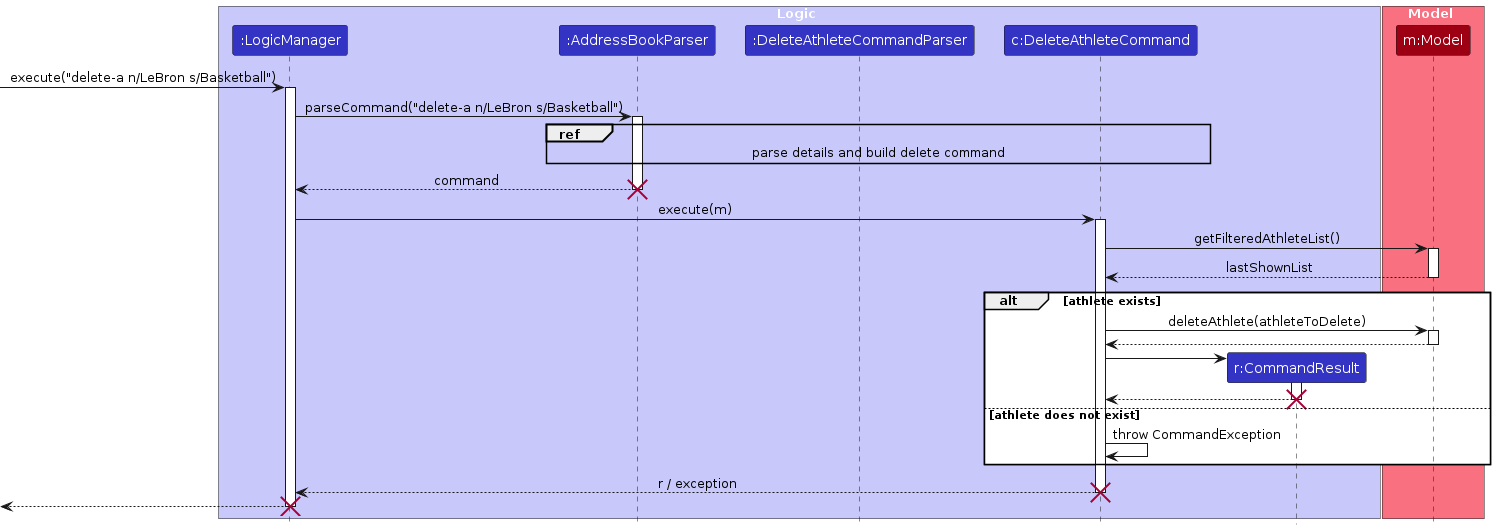
The PlantUML diagram diagrams/AlternateDeleteAthleteSD.png in AY2526S1-CS2103T-F13-3/tp, before a commit. Its source is kept beside it as diagrams/AlternateDeleteAthleteSD.puml. The source it was exported from:
```plantuml
@startuml
!include style.puml
skinparam ArrowFontStyle plain

box Logic LOGIC_COLOR_T1
participant ":LogicManager" as LogicManager LOGIC_COLOR
participant ":AddressBookParser" as AddressBookParser LOGIC_COLOR
participant ":DeleteAthleteCommandParser" as DeleteAthleteCommandParser LOGIC_COLOR
participant "c:DeleteAthleteCommand" as DeleteAthleteCommand LOGIC_COLOR
participant "r:CommandResult" as CommandResult LOGIC_COLOR
end box

box Model MODEL_COLOR_T1
participant "m:Model" as Model MODEL_COLOR
end box

[-> LogicManager : execute("delete-a n/LeBron s/Basketball")
activate LogicManager

LogicManager -> AddressBookParser : parseCommand("delete-a n/LeBron s/Basketball")
activate AddressBookParser

ref over AddressBookParser, DeleteAthleteCommandParser, DeleteAthleteCommand
  parse details and build delete command
end ref

AddressBookParser --> LogicManager : command
deactivate AddressBookParser
destroy AddressBookParser

LogicManager -> DeleteAthleteCommand : execute(m)
activate DeleteAthleteCommand

DeleteAthleteCommand -> Model : getFilteredAthleteList()
activate Model
Model --> DeleteAthleteCommand : lastShownList
deactivate Model

alt athlete exists
    DeleteAthleteCommand -> Model : deleteAthlete(athleteToDelete)
    activate Model
    Model --> DeleteAthleteCommand
    deactivate Model

    create CommandResult
    DeleteAthleteCommand -> CommandResult
    activate CommandResult
    CommandResult --> DeleteAthleteCommand
    deactivate CommandResult
    destroy CommandResult
else athlete does not exist
    DeleteAthleteCommand -> DeleteAthleteCommand : throw CommandException
end

DeleteAthleteCommand --> LogicManager : r / exception
deactivate DeleteAthleteCommand
destroy DeleteAthleteCommand

[<--LogicManager
deactivate LogicManager
destroy LogicManager
@enduml
```
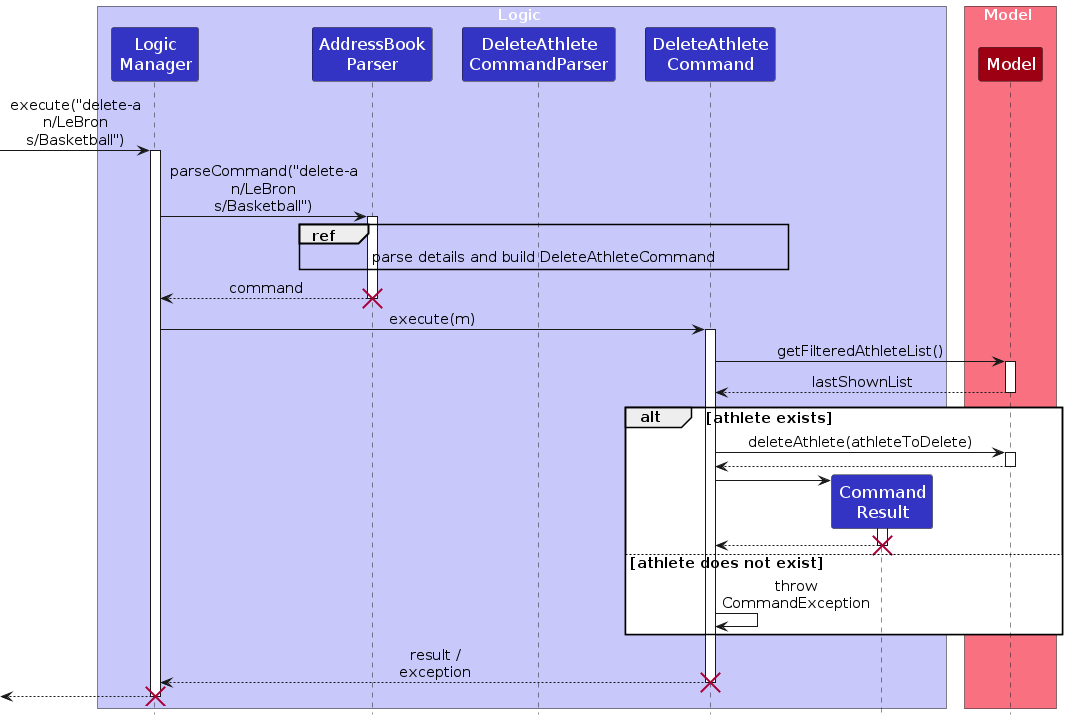
After the change.

What changed in the source:
```diff
@@ -1,27 +1,38 @@
 @startuml
 !include style.puml
+
+skinparam defaultFontSize 15
+skinparam sequenceMessageFontSize 15
+skinparam participantFontSize 17
+skinparam noteFontSize 14
+skinparam sequenceLifeLineFontSize 14
 skinparam ArrowFontStyle plain
 
+skinparam maxMessageSize 55
+skinparam ParticipantPadding 10
+skinparam BoxPadding 8
+scale 1.0
+
 box Logic LOGIC_COLOR_T1
-participant ":LogicManager" as LogicManager LOGIC_COLOR
-participant ":AddressBookParser" as AddressBookParser LOGIC_COLOR
-participant ":DeleteAthleteCommandParser" as DeleteAthleteCommandParser LOGIC_COLOR
-participant "c:DeleteAthleteCommand" as DeleteAthleteCommand LOGIC_COLOR
-participant "r:CommandResult" as CommandResult LOGIC_COLOR
+participant "Logic\nManager" as LogicManager LOGIC_COLOR
+participant "AddressBook\nParser" as AddressBookParser LOGIC_COLOR
+participant "DeleteAthlete\nCommandParser" as DeleteAthleteCommandParser LOGIC_COLOR
+participant "DeleteAthlete\nCommand" as DeleteAthleteCommand LOGIC_COLOR
+participant "Command\nResult" as CommandResult LOGIC_COLOR
 end box
 
 box Model MODEL_COLOR_T1
-participant "m:Model" as Model MODEL_COLOR
+participant "Model" as Model MODEL_COLOR
 end box
 
-[-> LogicManager : execute("delete-a n/LeBron s/Basketball")
+[-> LogicManager : execute("delete-a n/LeBron\ns/Basketball")
 activate LogicManager
 
-LogicManager -> AddressBookParser : parseCommand("delete-a n/LeBron s/Basketball")
+LogicManager -> AddressBookParser : parseCommand("delete-a n/LeBron\ns/Basketball")
 activate AddressBookParser
 
 ref over AddressBookParser, DeleteAthleteCommandParser, DeleteAthleteCommand
-  parse details and build delete command
+  parse details and build DeleteAthleteCommand
 end ref
 
 AddressBookParser --> LogicManager : command
@@ -52,11 +63,11 @@
     DeleteAthleteCommand -> DeleteAthleteCommand : throw CommandException
 end
 
-DeleteAthleteCommand --> LogicManager : r / exception
+DeleteAthleteCommand --> LogicManager : result / exception
 deactivate DeleteAthleteCommand
 destroy DeleteAthleteCommand
 
-[<--LogicManager
+[<-- LogicManager
 deactivate LogicManager
 destroy LogicManager
 @enduml
```
